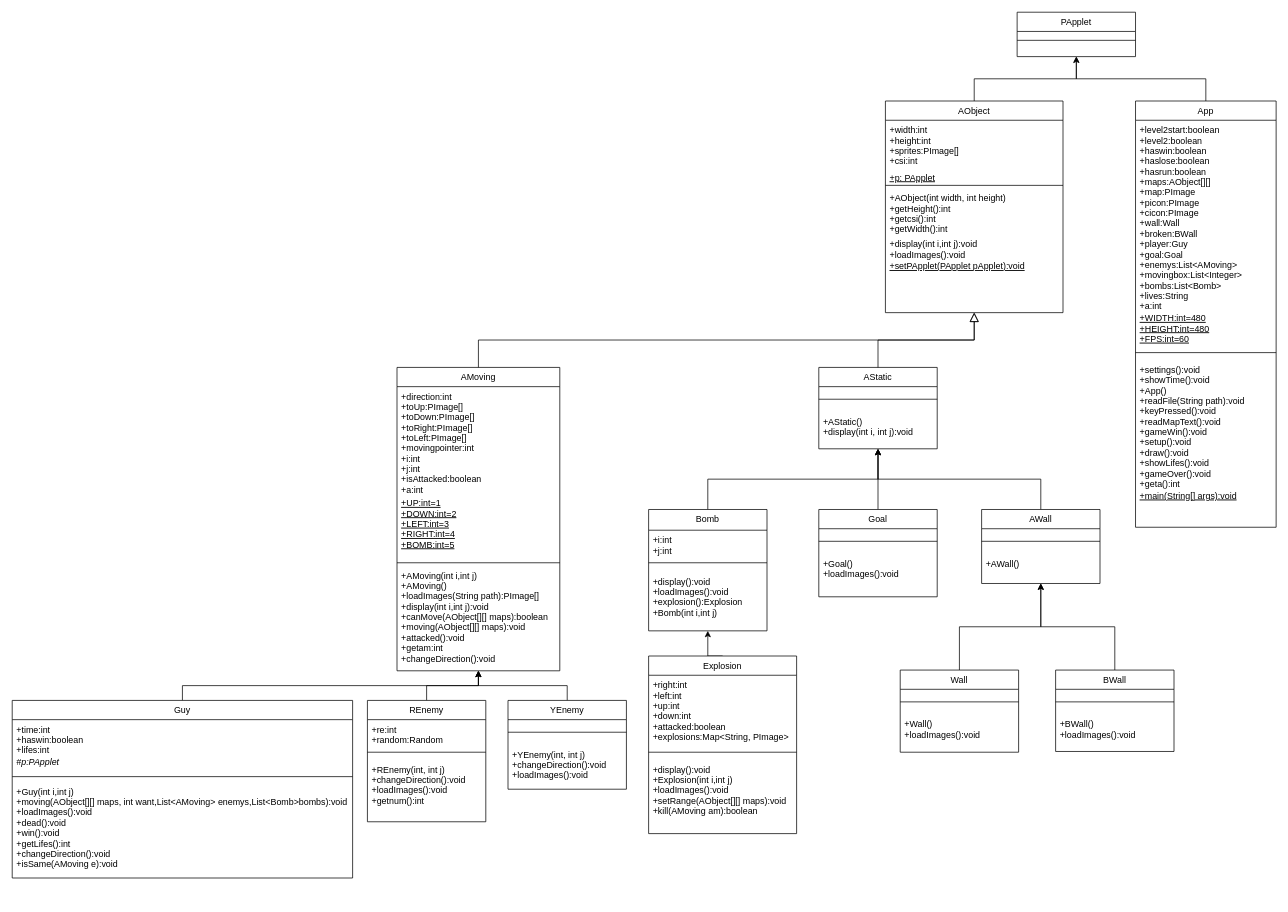
This is Untitled Diagram.drawio from Neptuneqaq/neptune, a draw.io file, before an edit. Source tidied: cells renumbered, new cells numbered last; positions are measured from the earlier drawing's top-left corner, leaving out a move shared by most shapes. Both pictures are drawn from the tidied source at 74%, with x=0, y=0 at pixel (12, 12).
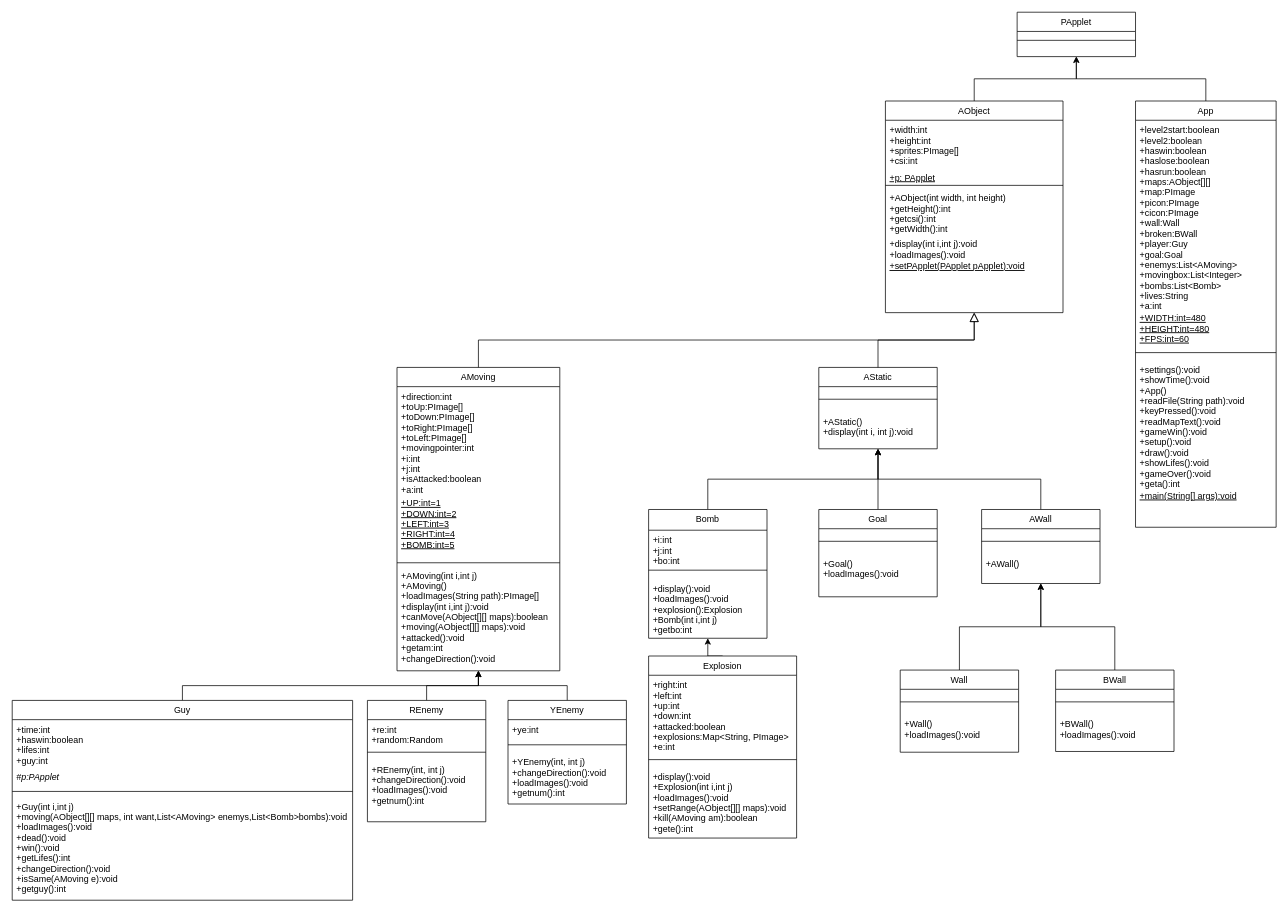
Above is the later version.

Change to the diagram source:
```diff
@@
     <mxCell id="34" value="Bomb" style="swimlane;fontStyle=0;align=center;verticalAlign=top;horizontal=1;startSize=28;rounded=0;shadow=0;strokeWidth=1;fontColor=default;" parent="1" vertex="1">
-      <mxGeometry x="860" y="672" width="160" height="164" as="geometry" />
+      <mxGeometry x="860" y="672" width="160" height="174" as="geometry" />
     </mxCell>
-    <mxCell id="35" value="+i:int&#10;+j:int" style="text;align=left;verticalAlign=top;spacingLeft=4;spacingRight=4;overflow=hidden;fontStyle=0;" parent="34" vertex="1">
-      <mxGeometry y="28" width="160" height="32" as="geometry" />
+    <mxCell id="35" value="+i:int&#10;+j:int&#10;+bo:int" style="text;align=left;verticalAlign=top;spacingLeft=4;spacingRight=4;overflow=hidden;fontStyle=0;" parent="34" vertex="1">
+      <mxGeometry y="28" width="160" height="42" as="geometry" />
     </mxCell>
     <mxCell id="36" style="line;html=1;strokeWidth=1;align=left;verticalAlign=middle;spacingTop=-1;spacingLeft=3;spacingRight=3;labelPosition=right;" parent="34" vertex="1">
-      <mxGeometry y="60" width="160" height="24" as="geometry" />
+      <mxGeometry y="70" width="160" height="24" as="geometry" />
     </mxCell>
-    <mxCell id="37" value="+display():void&#10;+loadImages():void&#10;+explosion():Explosion&#10;+Bomb(int i,int j)" style="text;align=left;verticalAlign=top;spacingLeft=4;spacingRight=4;overflow=hidden;fontStyle=0;" parent="34" vertex="1">
-      <mxGeometry y="84" width="160" height="70" as="geometry" />
+    <mxCell id="37" value="+display():void&#10;+loadImages():void&#10;+explosion():Explosion&#10;+Bomb(int i,int j)&#10;+getbo:int" style="text;align=left;verticalAlign=top;spacingLeft=4;spacingRight=4;overflow=hidden;fontStyle=0;" parent="34" vertex="1">
+      <mxGeometry y="94" width="160" height="80" as="geometry" />
     </mxCell>
@@
     <mxCell id="43" value="Explosion" style="swimlane;fontStyle=0;align=center;verticalAlign=top;horizontal=1;startSize=26;rounded=0;shadow=0;strokeWidth=1;fontColor=default;" parent="1" vertex="1">
-      <mxGeometry x="860" y="870" width="200" height="240" as="geometry" />
+      <mxGeometry x="860" y="870" width="200" height="246" as="geometry" />
     </mxCell>
-    <mxCell id="44" value="+right:int&#10;+left:int&#10;+up:int&#10;+down:int&#10;+attacked:boolean&#10;+explosions:Map&lt;String, PImage&gt;" style="text;align=left;verticalAlign=top;spacingLeft=4;spacingRight=4;overflow=hidden;fontStyle=0;" parent="43" vertex="1">
-      <mxGeometry y="26" width="200" height="94" as="geometry" />
+    <mxCell id="44" value="+right:int&#10;+left:int&#10;+up:int&#10;+down:int&#10;+attacked:boolean&#10;+explosions:Map&lt;String, PImage&gt;&#10;+e:int" style="text;align=left;verticalAlign=top;spacingLeft=4;spacingRight=4;overflow=hidden;fontStyle=0;" parent="43" vertex="1">
+      <mxGeometry y="26" width="200" height="104" as="geometry" />
     </mxCell>
     <mxCell id="45" style="line;html=1;strokeWidth=1;align=left;verticalAlign=middle;spacingTop=-1;spacingLeft=3;spacingRight=3;labelPosition=right;" parent="43" vertex="1">
-      <mxGeometry y="120" width="200" height="20" as="geometry" />
+      <mxGeometry y="130" width="200" height="20" as="geometry" />
     </mxCell>
-    <mxCell id="46" value="+display():void&#10;+Explosion(int i,int j)&#10;+loadImages():void&#10;+setRange(AObject[][] maps):void&#10;+kill(AMoving am):boolean&#10;&#10;" style="text;align=left;verticalAlign=top;spacingLeft=4;spacingRight=4;overflow=hidden;fontStyle=0;" parent="43" vertex="1">
-      <mxGeometry y="140" width="200" height="86" as="geometry" />
+    <mxCell id="46" value="+display():void&#10;+Explosion(int i,int j)&#10;+loadImages():void&#10;+setRange(AObject[][] maps):void&#10;+kill(AMoving am):boolean&#10;+gete():int" style="text;align=left;verticalAlign=top;spacingLeft=4;spacingRight=4;overflow=hidden;fontStyle=0;" parent="43" vertex="1">
+      <mxGeometry y="150" width="200" height="86" as="geometry" />
     </mxCell>
@@
     <mxCell id="52" value="Guy" style="swimlane;fontStyle=0;align=center;verticalAlign=top;horizontal=1;startSize=26;rounded=0;shadow=0;strokeWidth=1;fontColor=default;" parent="1" vertex="1">
-      <mxGeometry y="930" width="460" height="240" as="geometry" />
+      <mxGeometry y="930" width="460" height="270" as="geometry" />
     </mxCell>
-    <mxCell id="53" value="+time:int&#10;+haswin:boolean&#10;+lifes:int" style="text;align=left;verticalAlign=top;spacingLeft=4;spacingRight=4;overflow=hidden;fontStyle=0;" parent="52" vertex="1">
-      <mxGeometry y="26" width="460" height="44" as="geometry" />
+    <mxCell id="53" value="+time:int&#10;+haswin:boolean&#10;+lifes:int&#10;+guy:int" style="text;align=left;verticalAlign=top;spacingLeft=4;spacingRight=4;overflow=hidden;fontStyle=0;" parent="52" vertex="1">
+      <mxGeometry y="26" width="460" height="64" as="geometry" />
     </mxCell>
     <mxCell id="54" value="#p:PApplet" style="text;align=left;verticalAlign=top;spacingLeft=4;spacingRight=4;overflow=hidden;fontStyle=2;fontColor=default;" parent="52" vertex="1">
-      <mxGeometry y="70" width="460" height="26" as="geometry" />
+      <mxGeometry y="90" width="460" height="26" as="geometry" />
     </mxCell>
     <mxCell id="55" style="line;html=1;strokeWidth=1;align=left;verticalAlign=middle;spacingTop=-1;spacingLeft=3;spacingRight=3;labelPosition=right;" parent="52" vertex="1">
-      <mxGeometry y="96" width="460" height="14" as="geometry" />
+      <mxGeometry y="116" width="460" height="14" as="geometry" />
     </mxCell>
-    <mxCell id="56" value="+Guy(int i,int j)&#10;+moving(AObject[][] maps, int want,List&lt;AMoving&gt; enemys,List&lt;Bomb&gt;bombs):void&#10;+loadImages():void&#10;+dead():void&#10;+win():void&#10;+getLifes():int&#10;+changeDirection():void&#10;+isSame(AMoving e):void&#10;" style="text;align=left;verticalAlign=top;spacingLeft=4;spacingRight=4;overflow=hidden;fontStyle=0;" parent="52" vertex="1">
-      <mxGeometry y="110" width="460" height="130" as="geometry" />
+    <mxCell id="56" value="+Guy(int i,int j)&#10;+moving(AObject[][] maps, int want,List&lt;AMoving&gt; enemys,List&lt;Bomb&gt;bombs):void&#10;+loadImages():void&#10;+dead():void&#10;+win():void&#10;+getLifes():int&#10;+changeDirection():void&#10;+isSame(AMoving e):void&#10;+getguy():int" style="text;align=left;verticalAlign=top;spacingLeft=4;spacingRight=4;overflow=hidden;fontStyle=0;" parent="52" vertex="1">
+      <mxGeometry y="130" width="460" height="140" as="geometry" />
     </mxCell>
@@
     <mxCell id="67" value="YEnemy" style="swimlane;fontStyle=0;align=center;verticalAlign=top;horizontal=1;startSize=26;rounded=0;shadow=0;strokeWidth=1;fontColor=default;" parent="1" vertex="1">
-      <mxGeometry x="670" y="930" width="160" height="120" as="geometry" />
+      <mxGeometry x="670" y="930" width="160" height="140" as="geometry" />
     </mxCell>
+    <mxCell id="70" value="+ye:int" style="text;align=left;verticalAlign=top;spacingLeft=4;spacingRight=4;overflow=hidden;fontStyle=0;" parent="67" vertex="1">
+      <mxGeometry y="26" width="160" height="24" as="geometry" />
+    </mxCell>
     <mxCell id="68" style="line;html=1;strokeWidth=1;align=left;verticalAlign=middle;spacingTop=-1;spacingLeft=3;spacingRight=3;labelPosition=right;" parent="67" vertex="1">
-      <mxGeometry y="26" width="160" height="34" as="geometry" />
+      <mxGeometry y="50" width="160" height="20" as="geometry" />
     </mxCell>
-    <mxCell id="69" value="+YEnemy(int, int j)&#10;+changeDirection():void&#10;+loadImages():void&#10;" style="text;align=left;verticalAlign=top;spacingLeft=4;spacingRight=4;overflow=hidden;fontStyle=0;" parent="67" vertex="1">
-      <mxGeometry y="60" width="160" height="50" as="geometry" />
+    <mxCell id="69" value="+YEnemy(int, int j)&#10;+changeDirection():void&#10;+loadImages():void&#10;+getnum():int" style="text;align=left;verticalAlign=top;spacingLeft=4;spacingRight=4;overflow=hidden;fontStyle=0;" parent="67" vertex="1">
+      <mxGeometry y="70" width="160" height="60" as="geometry" />
     </mxCell>
```
